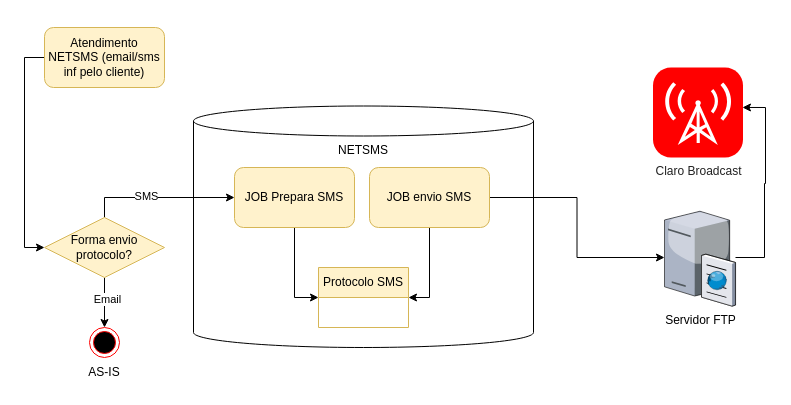
samirali/ClaroBrasil keeps this draw.io diagram as 114070 RGC765 (Atendimento) - Envio de Protocolo.drawio. Above is the earlier version. Source tidied: cells renumbered, new cells numbered last; positions are measured from the earlier drawing's top-left corner, leaving out a move shared by most shapes. Both pictures are drawn from the tidied source at 100%, with x=0, y=0 at pixel (44, 27).
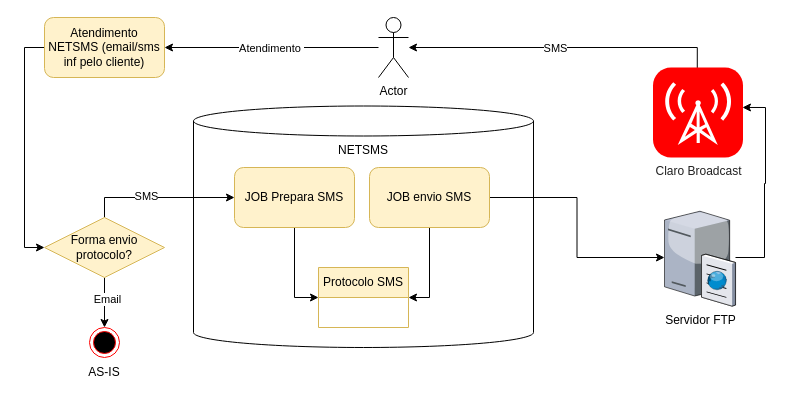
The same diagram, later.

The change refers to these unchanged cells:
```xml
<mxCell id="8" value="&lt;font style=&quot;font-size: 12px;&quot;&gt;Claro Broadcast&lt;/font&gt;" style="html=1;strokeWidth=1;shadow=0;dashed=0;shape=mxgraph.ios7.misc.broadcast;fillColor=#FF0000;strokeColor=none;buttonText=;strokeColor2=#222222;fontColor=#222222;fontSize=8;verticalLabelPosition=bottom;verticalAlign=top;align=center;sketch=0;" parent="1" vertex="1">
  <mxGeometry x="608.5" y="40" width="90" height="90" as="geometry" />
</mxCell>
```

The edit, as a diff of the source:
```diff
@@
+    <mxCell id="21" style="edgeStyle=orthogonalEdgeStyle;rounded=0;jettySize=auto;html=1;exitX=0.492;exitY=0.013;exitDx=0;exitDy=0;exitPerimeter=0;" parent="1" edge="1" source="8" target="25">
+      <mxGeometry relative="1" as="geometry">
+        <Array as="points">
+          <mxPoint x="653" y="20" />
+        </Array>
+      </mxGeometry>
+    </mxCell>
+    <mxCell id="22" value="SMS" style="edgeLabel;html=1;align=center;verticalAlign=middle;" parent="21" vertex="1">
+      <mxGeometry x="0.05" relative="1" as="geometry" />
+    </mxCell>
@@
     <mxCell id="13" value="Atendimento NETSMS (email/sms inf pelo cliente)" style="rounded=1;whiteSpace=wrap;html=1;fillColor=#fff2cc;strokeColor=#d6b656;" parent="1" vertex="1">
-      <mxGeometry width="120" height="60" as="geometry" />
+      <mxGeometry y="-10" width="120" height="60" as="geometry" />
     </mxCell>
@@
+    <mxCell id="23" style="edgeStyle=orthogonalEdgeStyle;rounded=0;jettySize=auto;html=1;entryX=1;entryY=0.5;entryDx=0;entryDy=0;" parent="1" edge="1" source="25" target="13">
+      <mxGeometry relative="1" as="geometry" />
+    </mxCell>
+    <mxCell id="24" value="Atendimento&amp;nbsp;" style="edgeLabel;html=1;align=center;verticalAlign=middle;" parent="23" vertex="1">
+      <mxGeometry x="0.01" relative="1" as="geometry" />
+    </mxCell>
+    <mxCell id="25" value="Actor" style="shape=umlActor;verticalLabelPosition=bottom;verticalAlign=top;html=1;outlineConnect=0;" parent="1" vertex="1">
+      <mxGeometry x="334" y="-10" width="30" height="60" as="geometry" />
+    </mxCell>
```
